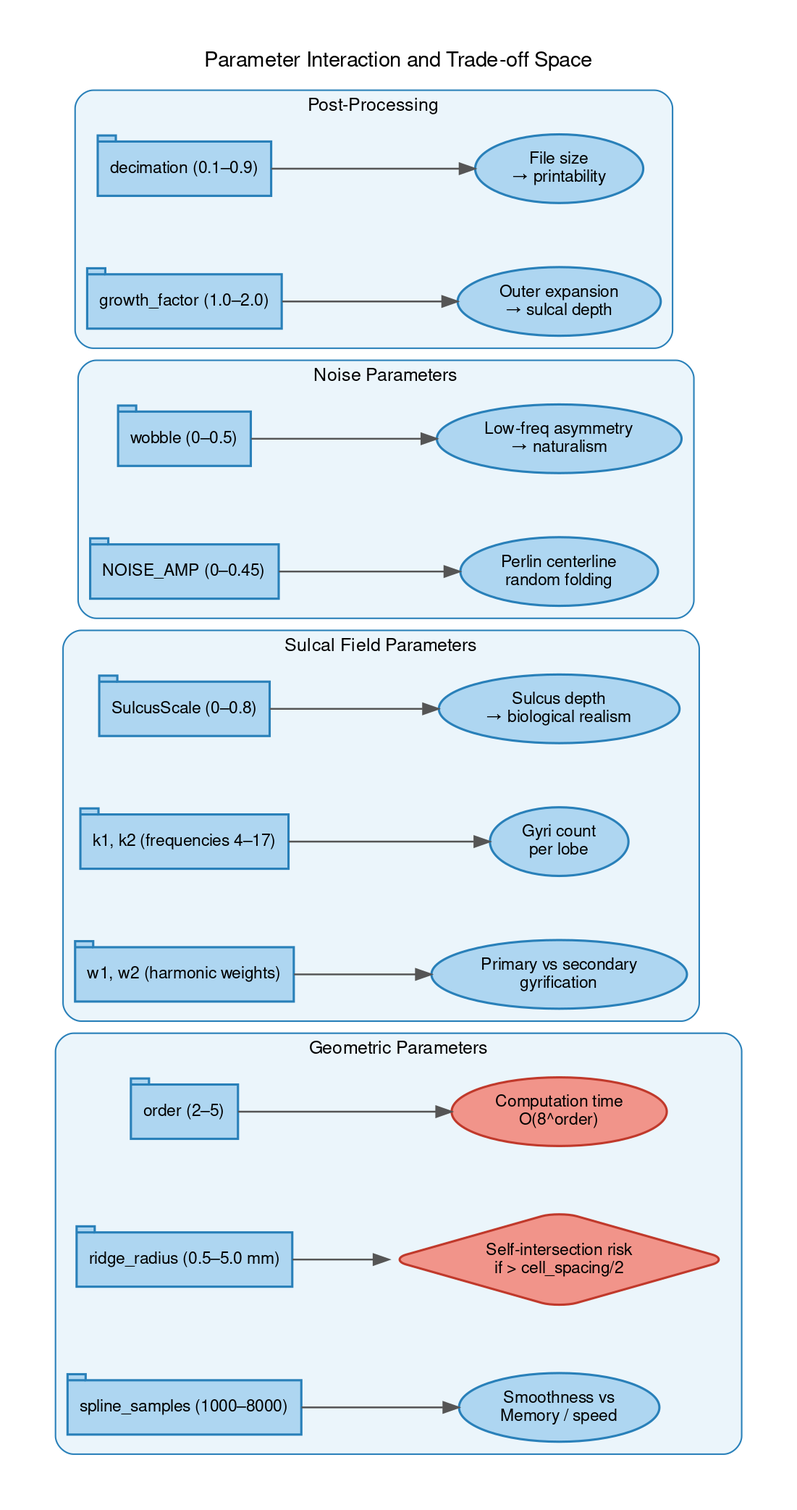
The Graphviz diagram docs/diagrams_25/19_parameter_space.png in danindiana/hilbertbrane, before a commit. Its source is kept beside it as docs/diagrams_25/19_parameter_space.dot.
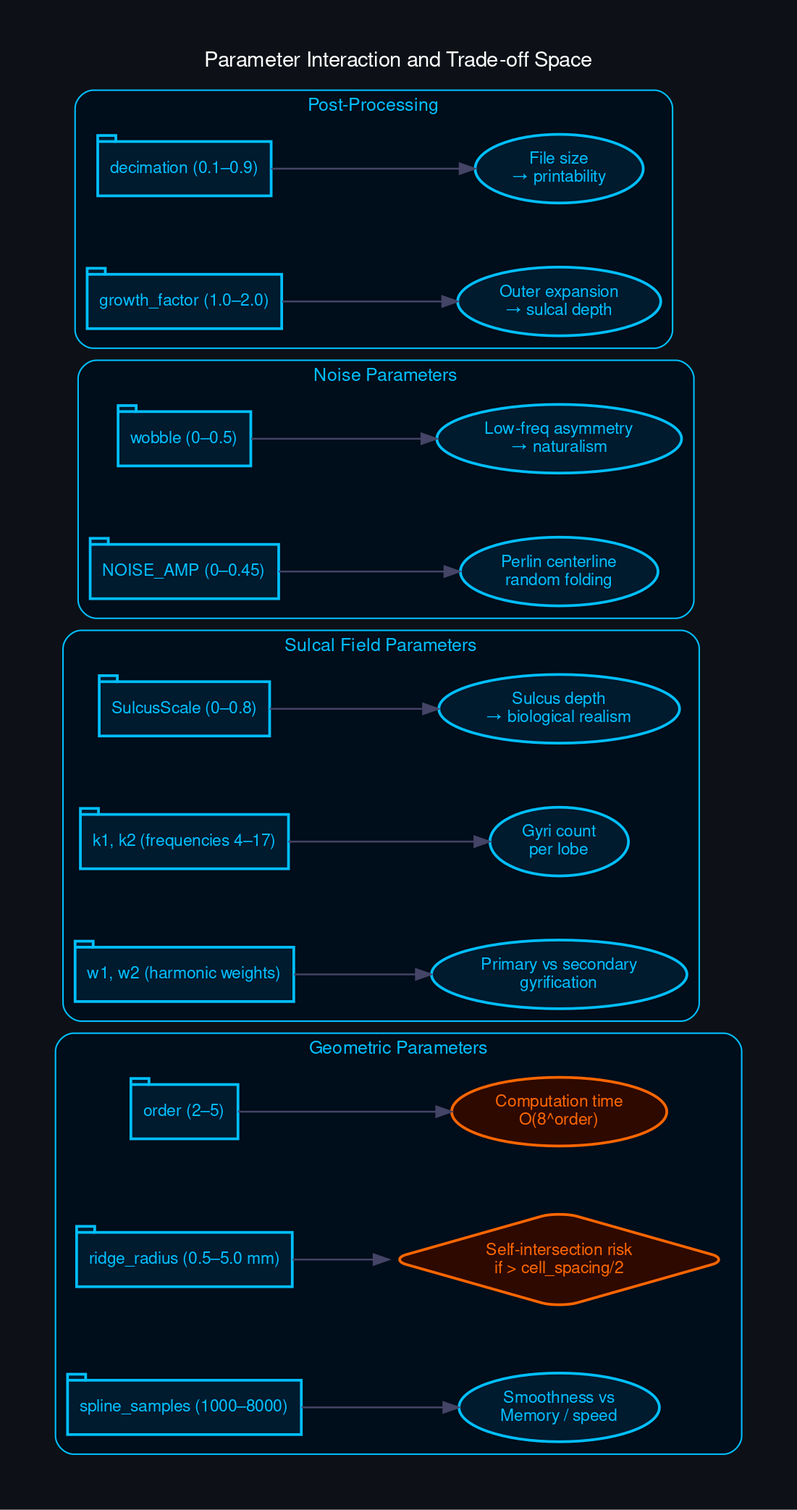
After the change.

What changed in the source:
```diff
@@ -1,7 +1,8 @@
 digraph G {
     graph [
         fontname="Helvetica,Arial,sans-serif"
-        bgcolor="#ffffff"
+        bgcolor="#0d1117"
+        fontcolor="white"
         splines=spline
         nodesep=0.6
         ranksep=0.8
@@ -10,21 +11,21 @@
         labeljust="c"
         fontsize=14
     ]
-    node [fontname="Helvetica,Arial,sans-serif" fontsize=11 style="filled,rounded" penwidth=1.5]
-    edge [fontname="Helvetica,Arial,sans-serif" fontsize=9 color="#555555" penwidth=1.2]
+    node [fontname="Helvetica,Arial,sans-serif" fontsize=11 style="filled,rounded" penwidth=1.8 fontcolor="white"]
+    edge [fontname="Helvetica,Arial,sans-serif" fontsize=9 color="#444466" penwidth=1.2 fontcolor="#aaaacc"]
     graph [label="Parameter Interaction and Trade-off Space" rankdir="LR"]
 
     subgraph cluster_geom {
         label="Geometric Parameters"
-        style="filled,rounded" fillcolor="#EBF5FB" color="#2980B9" fontsize=12
-        fontname="Helvetica,Arial,sans-serif"
+        style="filled,rounded" fillcolor="#000d1a" color="#00bfff" fontsize=12
+        fontname="Helvetica,Arial,sans-serif" fontcolor="#00bfff"
 
-        g1 [label="order (2–5)" shape=tab fillcolor="#AED6F1" color="#2980B9"]
-        g1e [label="Computation time\nO(8^order)" fillcolor="#F1948A" color="#C0392B"]
-        g2 [label="ridge_radius (0.5–5.0 mm)" shape=tab fillcolor="#AED6F1" color="#2980B9"]
-        g2e [label="Self-intersection risk\nif > cell_spacing/2" shape=diamond fillcolor="#F1948A" color="#C0392B"]
-        g3 [label="spline_samples (1000–8000)" shape=tab fillcolor="#AED6F1" color="#2980B9"]
-        g3e [label="Smoothness vs\nMemory / speed" fillcolor="#AED6F1" color="#2980B9"]
+        g1 [label="order (2–5)" shape=tab fillcolor="#001a2e" color="#00bfff" fontcolor="#00bfff"]
+        g1e [label="Computation time\nO(8^order)" fillcolor="#2e0900" color="#ff6600" fontcolor="#ff6600"]
+        g2 [label="ridge_radius (0.5–5.0 mm)" shape=tab fillcolor="#001a2e" color="#00bfff" fontcolor="#00bfff"]
+        g2e [label="Self-intersection risk\nif > cell_spacing/2" shape=diamond fillcolor="#2e0900" color="#ff6600" fontcolor="#ff6600"]
+        g3 [label="spline_samples (1000–8000)" shape=tab fillcolor="#001a2e" color="#00bfff" fontcolor="#00bfff"]
+        g3e [label="Smoothness vs\nMemory / speed" fillcolor="#001a2e" color="#00bfff" fontcolor="#00bfff"]
         g1 -> g1e
         g2 -> g2e
         g3 -> g3e
@@ -32,15 +33,15 @@
 
     subgraph cluster_sulcal {
         label="Sulcal Field Parameters"
-        style="filled,rounded" fillcolor="#EBF5FB" color="#2980B9" fontsize=12
-        fontname="Helvetica,Arial,sans-serif"
+        style="filled,rounded" fillcolor="#000d1a" color="#00bfff" fontsize=12
+        fontname="Helvetica,Arial,sans-serif" fontcolor="#00bfff"
 
-        s1 [label="SulcusScale (0–0.8)" shape=tab fillcolor="#AED6F1" color="#2980B9"]
-        s1e [label="Sulcus depth\n→ biological realism" fillcolor="#AED6F1" color="#2980B9"]
-        s2 [label="k1, k2 (frequencies 4–17)" shape=tab fillcolor="#AED6F1" color="#2980B9"]
-        s2e [label="Gyri count\nper lobe" fillcolor="#AED6F1" color="#2980B9"]
-        s3 [label="w1, w2 (harmonic weights)" shape=tab fillcolor="#AED6F1" color="#2980B9"]
-        s3e [label="Primary vs secondary\ngyrification" fillcolor="#AED6F1" color="#2980B9"]
+        s1 [label="SulcusScale (0–0.8)" shape=tab fillcolor="#001a2e" color="#00bfff" fontcolor="#00bfff"]
+        s1e [label="Sulcus depth\n→ biological realism" fillcolor="#001a2e" color="#00bfff" fontcolor="#00bfff"]
+        s2 [label="k1, k2 (frequencies 4–17)" shape=tab fillcolor="#001a2e" color="#00bfff" fontcolor="#00bfff"]
+        s2e [label="Gyri count\nper lobe" fillcolor="#001a2e" color="#00bfff" fontcolor="#00bfff"]
+        s3 [label="w1, w2 (harmonic weights)" shape=tab fillcolor="#001a2e" color="#00bfff" fontcolor="#00bfff"]
+        s3e [label="Primary vs secondary\ngyrification" fillcolor="#001a2e" color="#00bfff" fontcolor="#00bfff"]
         s1 -> s1e
         s2 -> s2e
         s3 -> s3e
@@ -48,26 +49,26 @@
 
     subgraph cluster_noise {
         label="Noise Parameters"
-        style="filled,rounded" fillcolor="#EBF5FB" color="#2980B9" fontsize=12
-        fontname="Helvetica,Arial,sans-serif"
+        style="filled,rounded" fillcolor="#000d1a" color="#00bfff" fontsize=12
+        fontname="Helvetica,Arial,sans-serif" fontcolor="#00bfff"
 
-        n1 [label="wobble (0–0.5)" shape=tab fillcolor="#AED6F1" color="#2980B9"]
-        n1e [label="Low-freq asymmetry\n→ naturalism" fillcolor="#AED6F1" color="#2980B9"]
-        n2 [label="NOISE_AMP (0–0.45)" shape=tab fillcolor="#AED6F1" color="#2980B9"]
-        n2e [label="Perlin centerline\nrandom folding" fillcolor="#AED6F1" color="#2980B9"]
+        n1 [label="wobble (0–0.5)" shape=tab fillcolor="#001a2e" color="#00bfff" fontcolor="#00bfff"]
+        n1e [label="Low-freq asymmetry\n→ naturalism" fillcolor="#001a2e" color="#00bfff" fontcolor="#00bfff"]
+        n2 [label="NOISE_AMP (0–0.45)" shape=tab fillcolor="#001a2e" color="#00bfff" fontcolor="#00bfff"]
+        n2e [label="Perlin centerline\nrandom folding" fillcolor="#001a2e" color="#00bfff" fontcolor="#00bfff"]
         n1 -> n1e
         n2 -> n2e
     }
 
     subgraph cluster_post {
         label="Post-Processing"
-        style="filled,rounded" fillcolor="#EBF5FB" color="#2980B9" fontsize=12
-        fontname="Helvetica,Arial,sans-serif"
+        style="filled,rounded" fillcolor="#000d1a" color="#00bfff" fontsize=12
+        fontname="Helvetica,Arial,sans-serif" fontcolor="#00bfff"
 
-        p1 [label="decimation (0.1–0.9)" shape=tab fillcolor="#AED6F1" color="#2980B9"]
-        p1e [label="File size\n→ printability" fillcolor="#AED6F1" color="#2980B9"]
-        p2 [label="growth_factor (1.0–2.0)" shape=tab fillcolor="#AED6F1" color="#2980B9"]
-        p2e [label="Outer expansion\n→ sulcal depth" fillcolor="#AED6F1" color="#2980B9"]
+        p1 [label="decimation (0.1–0.9)" shape=tab fillcolor="#001a2e" color="#00bfff" fontcolor="#00bfff"]
+        p1e [label="File size\n→ printability" fillcolor="#001a2e" color="#00bfff" fontcolor="#00bfff"]
+        p2 [label="growth_factor (1.0–2.0)" shape=tab fillcolor="#001a2e" color="#00bfff" fontcolor="#00bfff"]
+        p2e [label="Outer expansion\n→ sulcal depth" fillcolor="#001a2e" color="#00bfff" fontcolor="#00bfff"]
         p1 -> p1e
         p2 -> p2e
     }
```
